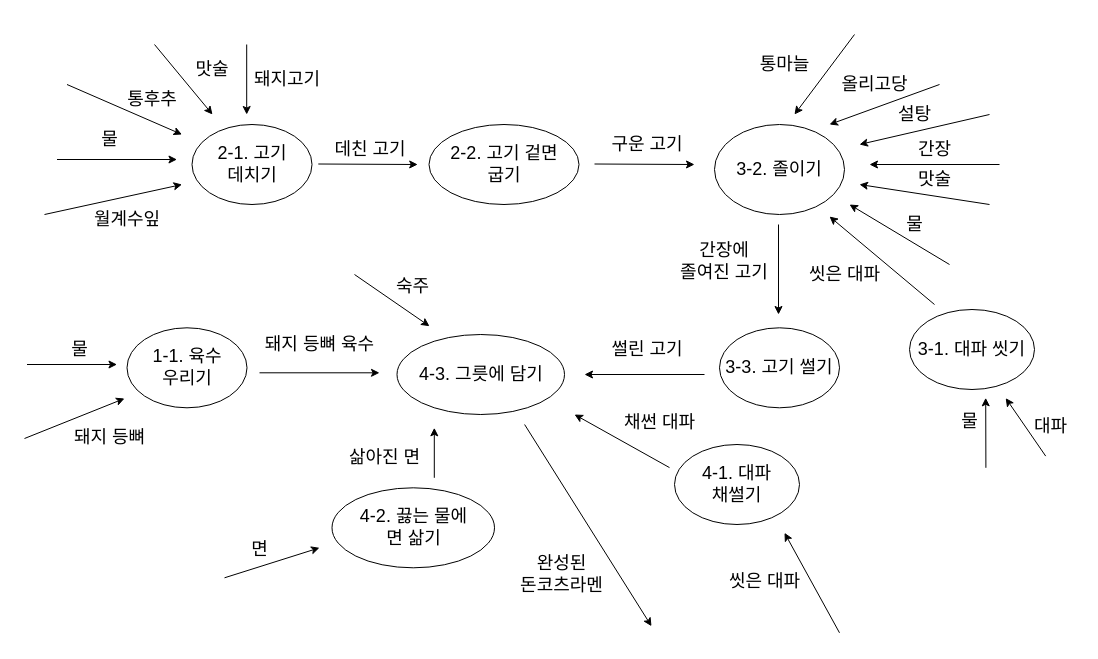
This is Untitled Diagram2.drawio from jgy2808/Algorithm, a draw.io file, before an edit. Source tidied: cells renumbered, new cells numbered last; positions are measured from the earlier drawing's top-left corner, leaving out a move shared by most shapes. Both pictures are drawn from the tidied source at 100%, with x=0, y=0 at pixel (24, 34).
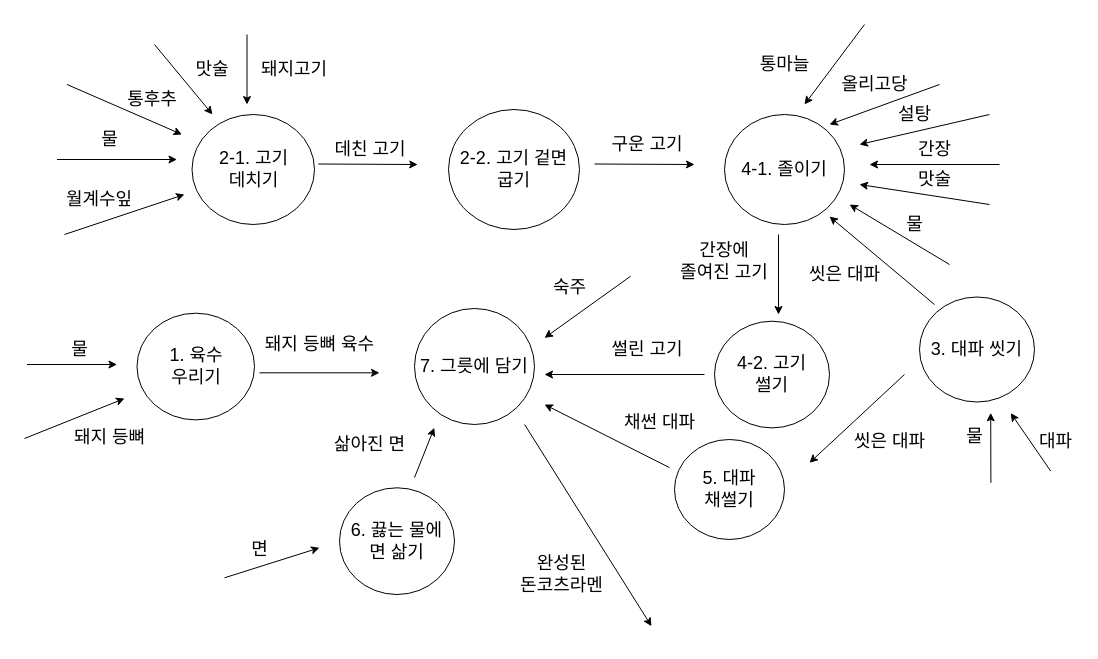
After the change.

Change to the diagram source:
```diff
@@
     <mxCell id="2" value="&lt;font style=&quot;font-size: 18px&quot;&gt;2-1. 고기 &lt;br&gt;데치기&lt;/font&gt;" style="ellipse;whiteSpace=wrap;html=1;" parent="1" vertex="1">
-      <mxGeometry x="167.5" y="90" width="120" height="80" as="geometry" />
+      <mxGeometry x="167.5" y="80" width="122.5" height="110" as="geometry" />
     </mxCell>
     <mxCell id="3" value="&lt;font style=&quot;font-size: 18px&quot;&gt;돼지고기&lt;br&gt;&lt;/font&gt;" style="text;html=1;strokeColor=none;fillColor=none;align=center;verticalAlign=middle;whiteSpace=wrap;rounded=0;" parent="1" vertex="1">
-      <mxGeometry x="222.5" y="30" width="80" height="30" as="geometry" />
+      <mxGeometry x="230" y="20" width="80" height="30" as="geometry" />
     </mxCell>
     <mxCell id="4" style="endArrow=classic;html=1;" parent="1" edge="1">
       <mxGeometry relative="1" as="geometry">
-        <mxPoint x="222.2" y="10" as="sourcePoint" />
-        <mxPoint x="222.2" y="80" as="targetPoint" />
+        <mxPoint x="222.5" as="sourcePoint" />
+        <mxPoint x="222.5" y="70" as="targetPoint" />
       </mxGeometry>
     </mxCell>
@@
-    <mxCell id="7" value="&lt;font style=&quot;font-size: 18px&quot;&gt;3-2.&amp;nbsp;졸이기&lt;/font&gt;" style="ellipse;whiteSpace=wrap;html=1;" parent="1" vertex="1">
-      <mxGeometry x="690" y="90" width="130" height="90" as="geometry" />
+    <mxCell id="7" value="&lt;font style=&quot;font-size: 18px&quot;&gt;4-1.&amp;nbsp;졸이기&lt;/font&gt;" style="ellipse;whiteSpace=wrap;html=1;" parent="1" vertex="1">
+      <mxGeometry x="700" y="80" width="120" height="110" as="geometry" />
     </mxCell>
@@
     <mxCell id="9" style="endArrow=classic;html=1;" parent="1" edge="1">
       <mxGeometry relative="1" as="geometry">
-        <mxPoint x="754" y="190" as="sourcePoint" />
+        <mxPoint x="754" y="200" as="sourcePoint" />
         <mxPoint x="754" y="280" as="targetPoint" />
       </mxGeometry>
     </mxCell>
@@
     <mxCell id="13" style="endArrow=classic;html=1;" parent="1" edge="1">
       <mxGeometry relative="1" as="geometry">
-        <mxPoint x="20" y="180" as="sourcePoint" />
-        <mxPoint x="157.5" y="150" as="targetPoint" />
+        <mxPoint x="40" y="200" as="sourcePoint" />
+        <mxPoint x="160" y="160" as="targetPoint" />
       </mxGeometry>
     </mxCell>
     <mxCell id="14" value="&lt;font style=&quot;font-size: 18px&quot;&gt;월계수잎&lt;/font&gt;" style="text;html=1;strokeColor=none;fillColor=none;align=center;verticalAlign=middle;whiteSpace=wrap;rounded=0;" parent="1" vertex="1">
-      <mxGeometry x="57.5" y="170" width="90" height="30" as="geometry" />
+      <mxGeometry x="30" y="150" width="90" height="30" as="geometry" />
     </mxCell>
@@
-    <mxCell id="25" value="&lt;span style=&quot;font-size: 18px&quot;&gt;4-2. 끓는 물에 &lt;br&gt;면 삶기&lt;br&gt;&lt;/span&gt;" style="ellipse;whiteSpace=wrap;html=1;" parent="1" vertex="1">
-      <mxGeometry x="307.5" y="453.3" width="162.5" height="80" as="geometry" />
+    <mxCell id="25" value="&lt;span style=&quot;font-size: 18px&quot;&gt;6. 끓는 물에 &lt;br&gt;면 삶기&lt;br&gt;&lt;/span&gt;" style="ellipse;whiteSpace=wrap;html=1;" parent="1" vertex="1">
+      <mxGeometry x="315" y="453.3" width="115" height="106.7" as="geometry" />
     </mxCell>
@@
-    <mxCell id="28" value="&lt;span style=&quot;font-size: 18px&quot;&gt;4-3. 그릇에 담기&lt;br&gt;&lt;/span&gt;" style="ellipse;whiteSpace=wrap;html=1;" parent="1" vertex="1">
-      <mxGeometry x="372.5" y="300" width="167.5" height="80" as="geometry" />
+    <mxCell id="28" value="&lt;span style=&quot;font-size: 18px&quot;&gt;7. 그릇에 담기&lt;br&gt;&lt;/span&gt;" style="ellipse;whiteSpace=wrap;html=1;" parent="1" vertex="1">
+      <mxGeometry x="390" y="274" width="120" height="116" as="geometry" />
     </mxCell>
     <mxCell id="29" style="endArrow=classic;html=1;" parent="1" edge="1">
       <mxGeometry relative="1" as="geometry">
-        <mxPoint x="409.8" y="443.3" as="sourcePoint" />
+        <mxPoint x="390" y="443" as="sourcePoint" />
         <mxPoint x="409.8" y="393.3" as="targetPoint" />
       </mxGeometry>
     </mxCell>
     <mxCell id="30" value="&lt;font style=&quot;font-size: 18px&quot;&gt;삶아진 면&lt;/font&gt;" style="text;html=1;align=center;verticalAlign=middle;strokeColor=none;fillColor=none;" parent="1" vertex="1">
-      <mxGeometry x="315" y="413.3" width="90" height="20" as="geometry" />
+      <mxGeometry x="300" y="400" width="90" height="20" as="geometry" />
     </mxCell>
@@
     <mxCell id="37" value="&lt;font style=&quot;font-size: 18px&quot;&gt;2-2. 고기 겉면&lt;br&gt;굽기&lt;br&gt;&lt;/font&gt;" style="ellipse;whiteSpace=wrap;html=1;" parent="1" vertex="1">
-      <mxGeometry x="404.5" y="90" width="150" height="80" as="geometry" />
+      <mxGeometry x="424" y="75" width="131" height="120" as="geometry" />
     </mxCell>
-    <mxCell id="38" value="&lt;span style=&quot;font-size: 18px&quot;&gt;3-1. 대파 씻기&lt;br&gt;&lt;/span&gt;" style="ellipse;whiteSpace=wrap;html=1;" parent="1" vertex="1">
-      <mxGeometry x="885" y="275" width="125" height="80" as="geometry" />
+    <mxCell id="38" value="&lt;span style=&quot;font-size: 18px&quot;&gt;3. 대파 씻기&lt;br&gt;&lt;/span&gt;" style="ellipse;whiteSpace=wrap;html=1;" parent="1" vertex="1">
+      <mxGeometry x="895" y="262.5" width="115" height="105" as="geometry" />
     </mxCell>
@@
     <mxCell id="40" style="endArrow=classic;html=1;" parent="1" edge="1">
       <mxGeometry relative="1" as="geometry">
-        <mxPoint x="830" as="sourcePoint" />
-        <mxPoint x="770" y="80" as="targetPoint" />
+        <mxPoint x="840" y="-10" as="sourcePoint" />
+        <mxPoint x="780" y="70" as="targetPoint" />
       </mxGeometry>
     </mxCell>
@@
     <mxCell id="42" style="endArrow=classic;html=1;" parent="1" edge="1">
       <mxGeometry relative="1" as="geometry">
-        <mxPoint x="1021.2" y="421.6" as="sourcePoint" />
-        <mxPoint x="981.2" y="363.6" as="targetPoint" />
+        <mxPoint x="1026.2" y="436.6" as="sourcePoint" />
+        <mxPoint x="986.2" y="378.6" as="targetPoint" />
       </mxGeometry>
     </mxCell>
     <mxCell id="43" value="&lt;font style=&quot;font-size: 18px&quot;&gt;대파&lt;/font&gt;" style="text;html=1;align=center;verticalAlign=middle;strokeColor=none;fillColor=none;" parent="1" vertex="1">
-      <mxGeometry x="1001.2" y="381.6" width="50" height="20" as="geometry" />
+      <mxGeometry x="1006.2" y="396.6" width="50" height="20" as="geometry" />
     </mxCell>
@@
     <mxCell id="48" style="endArrow=classic;html=1;" parent="1" edge="1">
       <mxGeometry relative="1" as="geometry">
-        <mxPoint x="961.4" y="433.3" as="sourcePoint" />
-        <mxPoint x="961.2" y="363.3" as="targetPoint" />
+        <mxPoint x="966.4" y="448.3" as="sourcePoint" />
+        <mxPoint x="966.2" y="378.3" as="targetPoint" />
       </mxGeometry>
     </mxCell>
     <mxCell id="49" value="&lt;font style=&quot;font-size: 18px&quot;&gt;물&lt;/font&gt;" style="text;html=1;align=center;verticalAlign=middle;strokeColor=none;fillColor=none;" parent="1" vertex="1">
-      <mxGeometry x="930" y="376.6" width="30" height="20" as="geometry" />
+      <mxGeometry x="935" y="391.6" width="30" height="20" as="geometry" />
     </mxCell>
-    <mxCell id="50" value="&lt;span style=&quot;font-size: 18px&quot;&gt;3-3. 고기 썰기&lt;br&gt;&lt;/span&gt;" style="ellipse;whiteSpace=wrap;html=1;" parent="1" vertex="1">
-      <mxGeometry x="695" y="293.3" width="120" height="80" as="geometry" />
+    <mxCell id="50" value="&lt;span style=&quot;font-size: 18px&quot;&gt;4-2. 고기 &lt;br&gt;썰기&lt;br&gt;&lt;/span&gt;" style="ellipse;whiteSpace=wrap;html=1;" parent="1" vertex="1">
+      <mxGeometry x="690" y="286.7" width="115" height="106.7" as="geometry" />
     </mxCell>
     <mxCell id="51" style="endArrow=classic;html=1;" parent="1" edge="1">
       <mxGeometry relative="1" as="geometry">
         <mxPoint x="680" y="340" as="sourcePoint" />
-        <mxPoint x="560" y="340" as="targetPoint" />
+        <mxPoint x="520" y="340" as="targetPoint" />
       </mxGeometry>
     </mxCell>
@@
     <mxCell id="53" style="endArrow=classic;html=1;" parent="1" edge="1">
       <mxGeometry relative="1" as="geometry">
-        <mxPoint x="330" y="240" as="sourcePoint" />
-        <mxPoint x="405" y="291.7" as="targetPoint" />
+        <mxPoint x="606.2" y="241.7" as="sourcePoint" />
+        <mxPoint x="520" y="303.4" as="targetPoint" />
       </mxGeometry>
     </mxCell>
     <mxCell id="54" style="endArrow=classic;html=1;" parent="1" edge="1">
       <mxGeometry relative="1" as="geometry">
         <mxPoint x="645" y="433.1" as="sourcePoint" />
-        <mxPoint x="550" y="380" as="targetPoint" />
+        <mxPoint x="520" y="370" as="targetPoint" />
       </mxGeometry>
     </mxCell>
@@
-    <mxCell id="57" value="&lt;span style=&quot;font-size: 18px&quot;&gt;1-1. 육수 &lt;br&gt;우리기&lt;br&gt;&lt;/span&gt;" style="ellipse;whiteSpace=wrap;html=1;" parent="1" vertex="1">
-      <mxGeometry x="102.5" y="293.3" width="120" height="80" as="geometry" />
+    <mxCell id="57" value="&lt;span style=&quot;font-size: 18px&quot;&gt;1. 육수 &lt;br&gt;우리기&lt;br&gt;&lt;/span&gt;" style="ellipse;whiteSpace=wrap;html=1;" parent="1" vertex="1">
+      <mxGeometry x="112.5" y="278.7" width="117.5" height="106.7" as="geometry" />
     </mxCell>
@@
-    <mxCell id="61" value="&lt;span style=&quot;font-size: 18px&quot;&gt;4-1. 대파 &lt;br&gt;채썰기&lt;br&gt;&lt;/span&gt;" style="ellipse;whiteSpace=wrap;html=1;" parent="1" vertex="1">
-      <mxGeometry x="650" y="410" width="125" height="80" as="geometry" />
+    <mxCell id="61" value="&lt;span style=&quot;font-size: 18px&quot;&gt;5. 대파 &lt;br&gt;채썰기&lt;br&gt;&lt;/span&gt;" style="ellipse;whiteSpace=wrap;html=1;" parent="1" vertex="1">
+      <mxGeometry x="650" y="405" width="110" height="100" as="geometry" />
     </mxCell>
     <mxCell id="62" style="endArrow=classic;html=1;" parent="1" edge="1">
       <mxGeometry relative="1" as="geometry">
-        <mxPoint x="815" y="598.3" as="sourcePoint" />
-        <mxPoint x="760" y="498.3" as="targetPoint" />
+        <mxPoint x="880" y="340" as="sourcePoint" />
+        <mxPoint x="785" y="428.3" as="targetPoint" />
       </mxGeometry>
     </mxCell>
     <mxCell id="63" value="&lt;font style=&quot;font-size: 18px&quot;&gt;씻은 대파&lt;/font&gt;" style="text;html=1;align=center;verticalAlign=middle;strokeColor=none;fillColor=none;" parent="1" vertex="1">
-      <mxGeometry x="695" y="536.6" width="90" height="20" as="geometry" />
+      <mxGeometry x="820" y="396.6" width="90" height="20" as="geometry" />
     </mxCell>
     <mxCell id="64" value="&lt;span style=&quot;font-size: 18px&quot;&gt;숙주&lt;/span&gt;" style="text;html=1;align=center;verticalAlign=middle;strokeColor=none;fillColor=none;" parent="1" vertex="1">
-      <mxGeometry x="362.5" y="241.7" width="50" height="20" as="geometry" />
+      <mxGeometry x="520" y="242.5" width="50" height="20" as="geometry" />
     </mxCell>
```
